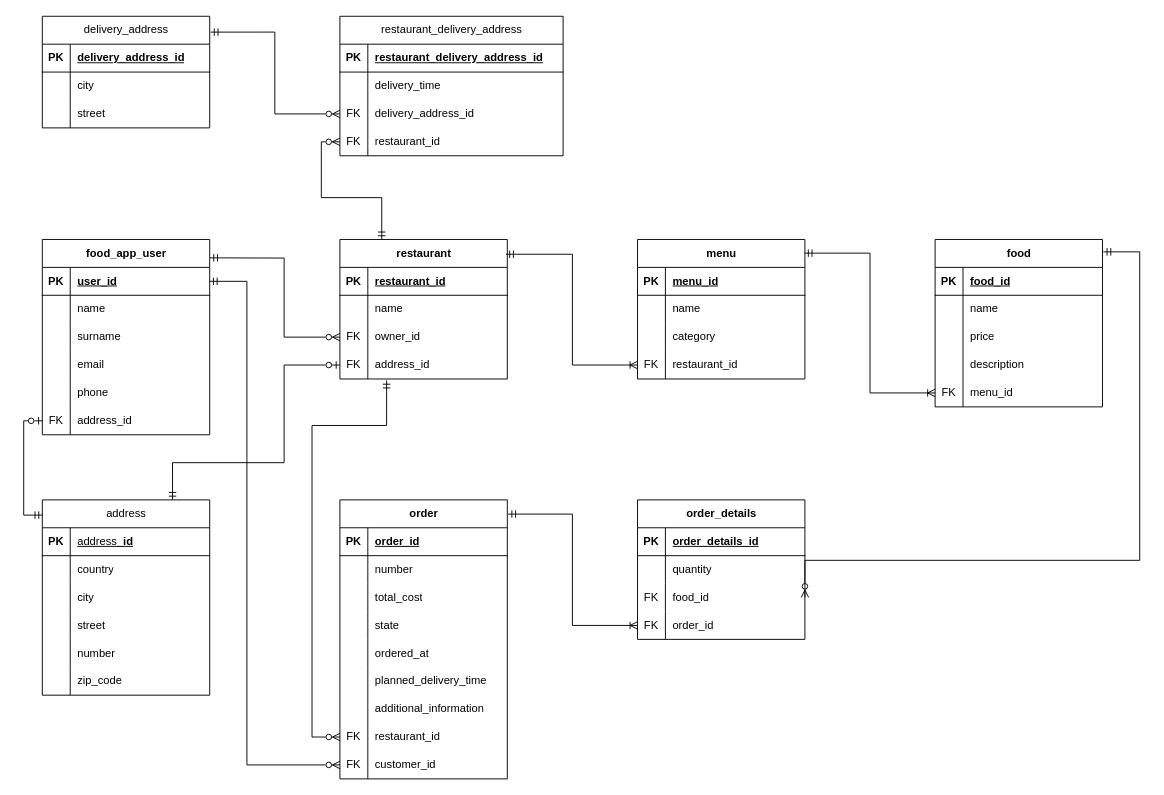
Above: src/main/resources/db_schema.drawio in Bartek030/foodApp (draw.io), before the change. Source tidied: cells renumbered, new cells numbered last; positions are measured from the earlier drawing's top-left corner, leaving out a move shared by most shapes. Both pictures are drawn from the tidied source at 93%, with x=0, y=0 at pixel (42, 16).
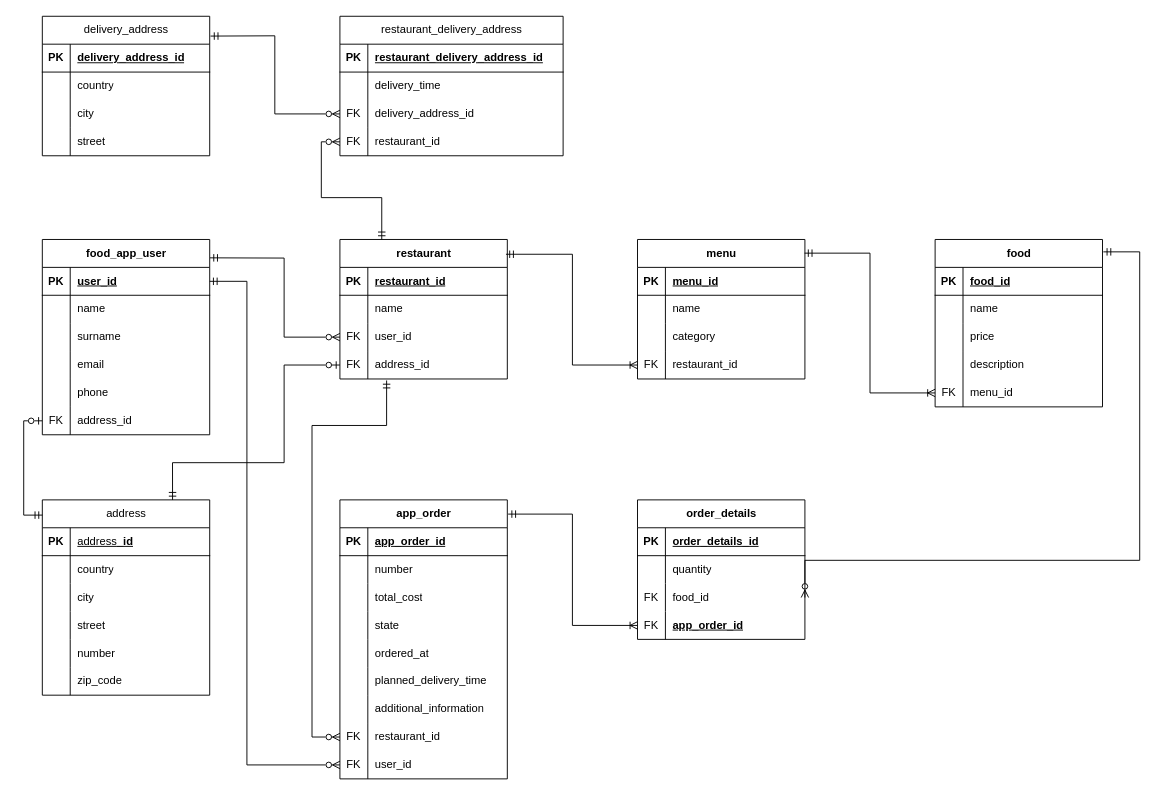
Above is the later version.

Commit message (it also covers changes not shown here):
Flyway migrate - create base tables and db schema names update

The change refers to these unchanged cells:
```xml
<mxCell id="28" style="shape=tableRow;horizontal=0;startSize=0;swimlaneHead=0;swimlaneBody=0;fillColor=none;points=[[0,0.5],[1,0.5]];portConstraint=eastwest;top=0;left=0;right=0;bottom=0;" parent="21" vertex="1">
  <mxGeometry y="90" width="180" height="30" as="geometry" />
</mxCell>
<mxCell id="99" style="shape=tableRow;horizontal=0;startSize=0;swimlaneHead=0;swimlaneBody=0;fillColor=none;points=[[0,0.5],[1,0.5]];portConstraint=eastwest;top=0;left=0;right=0;bottom=0;" parent="92" vertex="1">
  <mxGeometry y="90" width="240" height="30" as="geometry" />
</mxCell>
<mxCell id="106" style="shape=tableRow;horizontal=0;startSize=0;swimlaneHead=0;swimlaneBody=0;fillColor=none;top=0;left=0;right=0;bottom=1;" parent="105" vertex="1">
  <mxGeometry y="30" width="180" height="30" as="geometry" />
</mxCell>
<mxCell id="130" style="shape=tableRow;horizontal=0;startSize=0;swimlaneHead=0;swimlaneBody=0;fillColor=none;points=[[0,0.5],[1,0.5]];portConstraint=eastwest;top=0;left=0;right=0;bottom=0;" parent="105" vertex="1">
  <mxGeometry y="270" width="180" height="30" as="geometry" />
</mxCell>
<mxCell id="143" style="shape=tableRow;horizontal=0;startSize=0;swimlaneHead=0;swimlaneBody=0;fillColor=none;points=[[0,0.5],[1,0.5]];portConstraint=eastwest;top=0;left=0;right=0;bottom=0;" parent="133" vertex="1">
  <mxGeometry y="120" width="180" height="30" as="geometry" />
</mxCell>
```

Change to the diagram source:
```diff
@@
-    <mxCell id="30" value="owner_id" style="shape=partialRectangle;fillColor=none;top=0;left=0;bottom=0;right=0;align=left;spacingLeft=6;overflow=hidden;whiteSpace=wrap;html=1;" parent="28" vertex="1">
+    <mxCell id="30" value="user_id" style="shape=partialRectangle;fillColor=none;top=0;left=0;bottom=0;right=0;align=left;spacingLeft=6;overflow=hidden;whiteSpace=wrap;html=1;" parent="28" vertex="1">
       <mxGeometry x="30" width="150" height="30" as="geometry" />
     </mxCell>
@@
     <mxCell id="82" value="&lt;span style=&quot;font-weight: 400; text-align: left;&quot;&gt;delivery_address&lt;/span&gt;" style="shape=table;startSize=30;childLayout=tableLayout;rowLines=0;fontStyle=1;align=center;html=1;" parent="1" vertex="1">
-      <mxGeometry width="180" height="120" as="geometry" />
+      <mxGeometry width="180" height="150" as="geometry" />
     </mxCell>
@@
+    <mxCell id="157" style="shape=tableRow;horizontal=0;startSize=0;swimlaneHead=0;swimlaneBody=0;fillColor=none;top=0;left=0;right=0;bottom=0;" parent="82" vertex="1">
+      <mxGeometry y="60" width="180" height="30" as="geometry" />
+    </mxCell>
+    <mxCell id="158" style="shape=partialRectangle;fillColor=none;top=0;left=0;bottom=0;right=0;overflow=hidden;whiteSpace=wrap;html=1;" parent="157" vertex="1">
+      <mxGeometry width="30" height="30" as="geometry" />
+    </mxCell>
+    <mxCell id="159" value="country" style="shape=partialRectangle;fillColor=none;top=0;left=0;bottom=0;right=0;align=left;spacingLeft=6;overflow=hidden;whiteSpace=wrap;html=1;" parent="157" vertex="1">
+      <mxGeometry x="30" width="150" height="30" as="geometry" />
+    </mxCell>
     <mxCell id="86" style="shape=tableRow;horizontal=0;startSize=0;swimlaneHead=0;swimlaneBody=0;fillColor=none;top=0;left=0;right=0;bottom=0;" parent="82" vertex="1">
-      <mxGeometry y="60" width="180" height="30" as="geometry" />
+      <mxGeometry y="90" width="180" height="30" as="geometry" />
     </mxCell>
@@
     <mxCell id="89" style="shape=tableRow;horizontal=0;startSize=0;swimlaneHead=0;swimlaneBody=0;fillColor=none;top=0;left=0;right=0;bottom=0;" parent="82" vertex="1">
-      <mxGeometry y="90" width="180" height="30" as="geometry" />
+      <mxGeometry y="120" width="180" height="30" as="geometry" />
     </mxCell>
@@
-    <mxCell id="105" value="order" style="shape=table;startSize=30;childLayout=tableLayout;rowLines=0;fontStyle=1;align=center;html=1;" parent="1" vertex="1">
+    <mxCell id="105" value="app_order" style="shape=table;startSize=30;childLayout=tableLayout;rowLines=0;fontStyle=1;align=center;html=1;" parent="1" vertex="1">
       <mxGeometry x="320" y="520" width="180" height="300" as="geometry" />
     </mxCell>
@@
-    <mxCell id="108" value="order_id" style="shape=partialRectangle;fillColor=none;top=0;left=0;bottom=0;right=0;align=left;spacingLeft=6;fontStyle=5;overflow=hidden;whiteSpace=wrap;html=1;" parent="106" vertex="1">
+    <mxCell id="108" value="&lt;span style=&quot;text-align: center;&quot;&gt;app_order_id&lt;/span&gt;" style="shape=partialRectangle;fillColor=none;top=0;left=0;bottom=0;right=0;align=left;spacingLeft=6;fontStyle=5;overflow=hidden;whiteSpace=wrap;html=1;" parent="106" vertex="1">
       <mxGeometry x="30" width="150" height="30" as="geometry" />
     </mxCell>
@@
-    <mxCell id="132" value="customer_id" style="shape=partialRectangle;fillColor=none;top=0;left=0;bottom=0;right=0;align=left;spacingLeft=6;overflow=hidden;whiteSpace=wrap;html=1;" parent="130" vertex="1">
+    <mxCell id="132" value="user_id" style="shape=partialRectangle;fillColor=none;top=0;left=0;bottom=0;right=0;align=left;spacingLeft=6;overflow=hidden;whiteSpace=wrap;html=1;" parent="130" vertex="1">
       <mxGeometry x="30" width="150" height="30" as="geometry" />
     </mxCell>
@@
-    <mxCell id="145" value="order_id" style="shape=partialRectangle;fillColor=none;top=0;left=0;bottom=0;right=0;align=left;spacingLeft=6;overflow=hidden;whiteSpace=wrap;html=1;" parent="143" vertex="1">
+    <mxCell id="145" value="&lt;span style=&quot;font-weight: 700; text-align: center; text-decoration-line: underline;&quot;&gt;app_order_id&lt;/span&gt;" style="shape=partialRectangle;fillColor=none;top=0;left=0;bottom=0;right=0;align=left;spacingLeft=6;overflow=hidden;whiteSpace=wrap;html=1;" parent="143" vertex="1">
       <mxGeometry x="30" width="150" height="30" as="geometry" />
     </mxCell>
@@
     <mxCell id="148" style="endArrow=ERzeroToMany;startArrow=ERmandOne;html=1;rounded=0;entryX=0;entryY=0.5;entryDx=0;entryDy=0;exitX=1.005;exitY=0.142;exitDx=0;exitDy=0;exitPerimeter=0;endFill=0;startFill=0;" parent="1" edge="1" source="82" target="99">
       <mxGeometry relative="1" as="geometry">
         <Array as="points">
-          <mxPoint x="250" y="17" />
+          <mxPoint x="250" y="21" />
           <mxPoint x="250" y="105" />
         </Array>
       </mxGeometry>
     </mxCell>
```
